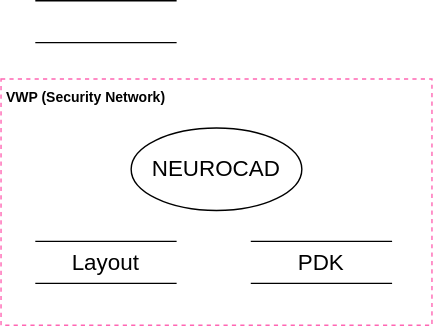
The draw.io diagram context_diagram.svg in with2say/swarchitect, before a commit. Source tidied: cells renumbered, new cells last; positions are measured from the earlier drawing's top-left corner, leaving out a move shared by most shapes.
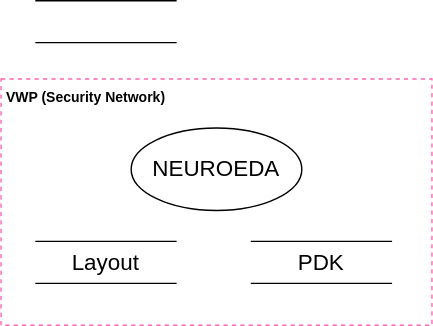
The same file after the commit.

The edit, as a diff of the source:
```diff
@@ -8,7 +8,7 @@
     <mxCell id="3" value="Layout" style="html=1;dashed=0;whiteSpace=wrap;shape=partialRectangle;right=0;left=0;fontSize=16;" parent="1" vertex="1">
       <mxGeometry x="25" y="172" width="100" height="30" as="geometry" />
     </mxCell>
-    <mxCell id="4" value="NEUROCAD" style="ellipse;whiteSpace=wrap;html=1;fontSize=16;" parent="1" vertex="1">
+    <mxCell id="4" value="NEUROEDA" style="ellipse;whiteSpace=wrap;html=1;fontSize=16;" parent="1" vertex="1">
       <mxGeometry x="93" y="91" width="122" height="59" as="geometry" />
     </mxCell>
     <mxCell id="5" value="PDK" style="html=1;dashed=0;whiteSpace=wrap;shape=partialRectangle;right=0;left=0;fontSize=16;" parent="1" vertex="1">
```
